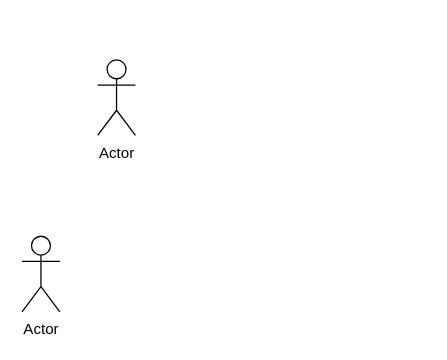
This is model/usecase.drawio from Masopp/Assignment-1-Model-first-AI-second, a draw.io file, before an edit. Source tidied: cells renumbered, new cells numbered last; positions are measured from the earlier drawing's top-left corner, leaving out a move shared by most shapes. Both pictures are drawn from the tidied source at 126%, with x=0, y=0 at pixel (21, 59).
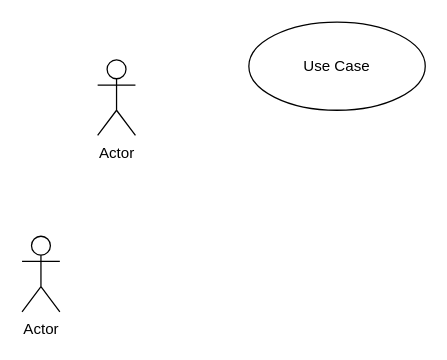
The same page after the edit.

Change to the diagram source:
```diff
@@
 <mxGraphModel>
   <root>
     <mxCell id="0" />
     <mxCell id="1" parent="0" />
     <mxCell id="2" value="Actor" style="shape=umlActor;verticalLabelPosition=bottom;verticalAlign=top;html=1;" parent="1" vertex="1">
       <mxGeometry x="60" width="30" height="60" as="geometry" />
     </mxCell>
     <mxCell id="3" value="Actor" style="shape=umlActor;verticalLabelPosition=bottom;verticalAlign=top;html=1;" parent="1" vertex="1">
       <mxGeometry y="140" width="30" height="60" as="geometry" />
     </mxCell>
+    <mxCell id="4" value="Use Case" style="ellipse;whiteSpace=wrap;html=1;" parent="1" vertex="1">
+      <mxGeometry x="180" y="-30" width="140" height="70" as="geometry" />
+    </mxCell>
   </root>
 </mxGraphModel>
```
